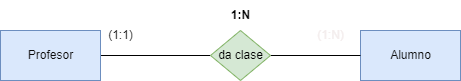
aguemarrero/base-datos keeps this draw.io diagram as tareas/tarea-1/images/ejercicio1.drawio.png. Above is the earlier version. Source tidied: cells renumbered, new cells last; positions are measured from the earlier drawing's top-left corner, leaving out a move shared by most shapes.
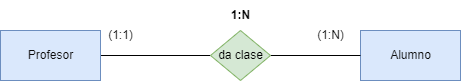
Later version of the same file.

The edit, as a diff of the source:
```diff
@@ -17,7 +17,7 @@
     <mxCell id="6" value="&lt;font color=&quot;#000000&quot;&gt;da clase&lt;/font&gt;" style="shape=rhombus;html=1;dashed=0;whitespace=wrap;perimeter=rhombusPerimeter;fillColor=#d5e8d4;strokeColor=#82b366;" parent="1" vertex="1">
       <mxGeometry x="210" y="30" width="60" height="50" as="geometry" />
     </mxCell>
-    <mxCell id="7" value="&lt;font style=&quot;&quot; color=&quot;#f3eded&quot;&gt;(1:N)&lt;/font&gt;" style="text;html=1;align=center;verticalAlign=middle;strokeColor=none;fillColor=none;" parent="1" vertex="1">
+    <mxCell id="7" value="(1:N)" style="text;html=1;align=center;verticalAlign=middle;strokeColor=none;fillColor=none;" parent="1" vertex="1">
       <mxGeometry x="305" y="20" width="50" height="30" as="geometry" />
     </mxCell>
     <mxCell id="8" value="(1:1)" style="text;html=1;align=center;verticalAlign=middle;strokeColor=none;fillColor=none;" parent="1" vertex="1">
```
